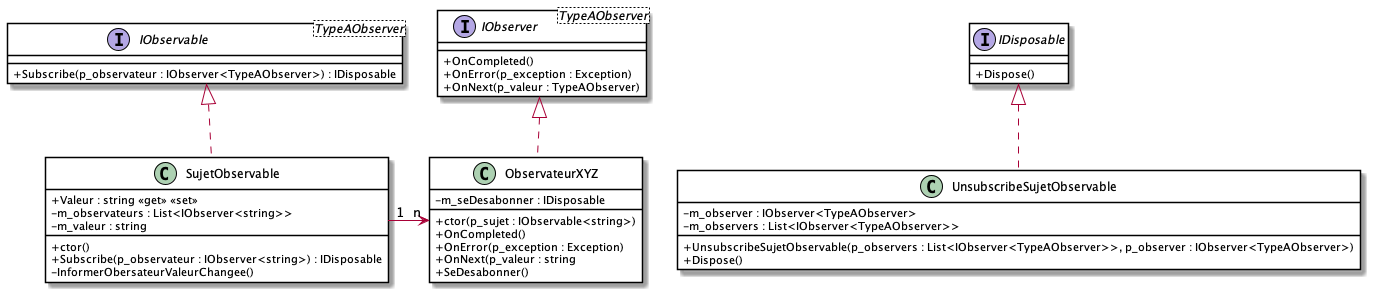
PiFou86/420-W30-SF keeps this PlantUML diagram as images/Module10_Patrons_Conception02/diag/DiagCours/DiagDTO.png. Above is the earlier version. Its diagram source:
```plantuml
@startuml DiagDTO

skinparam classAttributeIconSize 0
skinparam class {
    BackgroundColor White
    BorderColor #000
}

interface IDisposable {
    + Dispose()
}

interface IObservable<TypeAObserver> {
    + Subscribe(p_observateur : IObserver<TypeAObserver>) : IDisposable
}

interface IObserver<TypeAObserver> {
    + OnCompleted()
    + OnError(p_exception : Exception)
    + OnNext(p_valeur : TypeAObserver)
}

class SujetObservable {
    + Valeur : string <<get>> <<set>>
    - m_observateurs : List<IObserver<string>>
    - m_valeur : string
    + ctor()
    + Subscribe(p_observateur : IObserver<string>) : IDisposable
    - InformerObersateurValeurChangee()
}

class ObservateurXYZ {
    - m_seDesabonner : IDisposable
    + ctor(p_sujet : IObservable<string>)
    + OnCompleted()
    + OnError(p_exception : Exception)
    + OnNext(p_valeur : string
    + SeDesabonner()
}

class UnsubscribeSujetObservable {
    - m_observer : IObserver<TypeAObserver>
    - m_observers : List<IObserver<TypeAObserver>>
    + UnsubscribeSujetObservable(p_observers : List<IObserver<TypeAObserver>>, p_observer : IObserver<TypeAObserver>)
    + Dispose()
}

SujetObservable "1" -right-> "n" ObservateurXYZ
IObserver <|.. ObservateurXYZ
IDisposable <|.. UnsubscribeSujetObservable
IObservable <|.. SujetObservable


@enduml
```
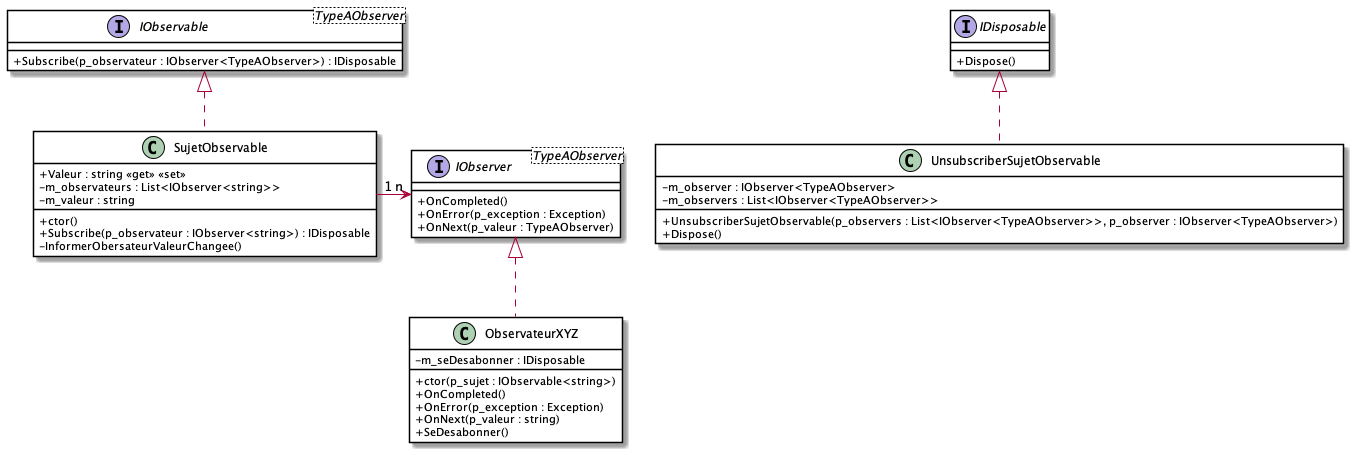
After the change.

Diff of the diagram source:
```diff
@@ -34,20 +34,20 @@
     + ctor(p_sujet : IObservable<string>)
     + OnCompleted()
     + OnError(p_exception : Exception)
-    + OnNext(p_valeur : string
+    + OnNext(p_valeur : string)
     + SeDesabonner()
 }
 
-class UnsubscribeSujetObservable {
+class UnsubscriberSujetObservable {
     - m_observer : IObserver<TypeAObserver>
     - m_observers : List<IObserver<TypeAObserver>>
-    + UnsubscribeSujetObservable(p_observers : List<IObserver<TypeAObserver>>, p_observer : IObserver<TypeAObserver>)
+    + UnsubscriberSujetObservable(p_observers : List<IObserver<TypeAObserver>>, p_observer : IObserver<TypeAObserver>)
     + Dispose()
 }
 
-SujetObservable "1" -right-> "n" ObservateurXYZ
+SujetObservable "1" -right-> "n" IObserver
 IObserver <|.. ObservateurXYZ
-IDisposable <|.. UnsubscribeSujetObservable
+IDisposable <|.. UnsubscriberSujetObservable
 IObservable <|.. SujetObservable
 
 
```
